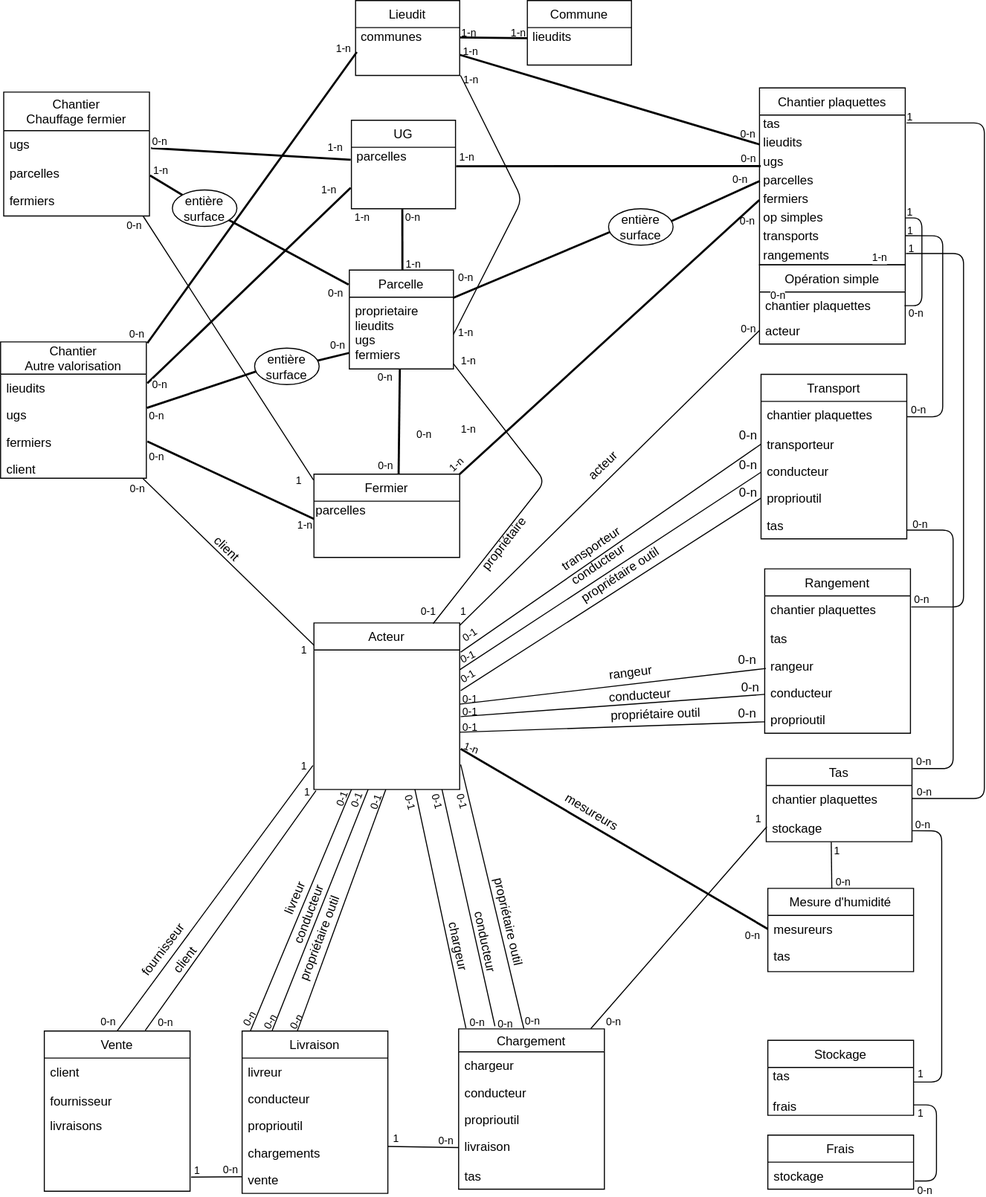
Before: doc/schema-bdd-bdl.svg, a diagram exported from draw.io (bdlarzac/chantiers). Source tidied: cells renumbered, new cells last; positions are measured from the earlier drawing's top-left corner, leaving out a move shared by most shapes.
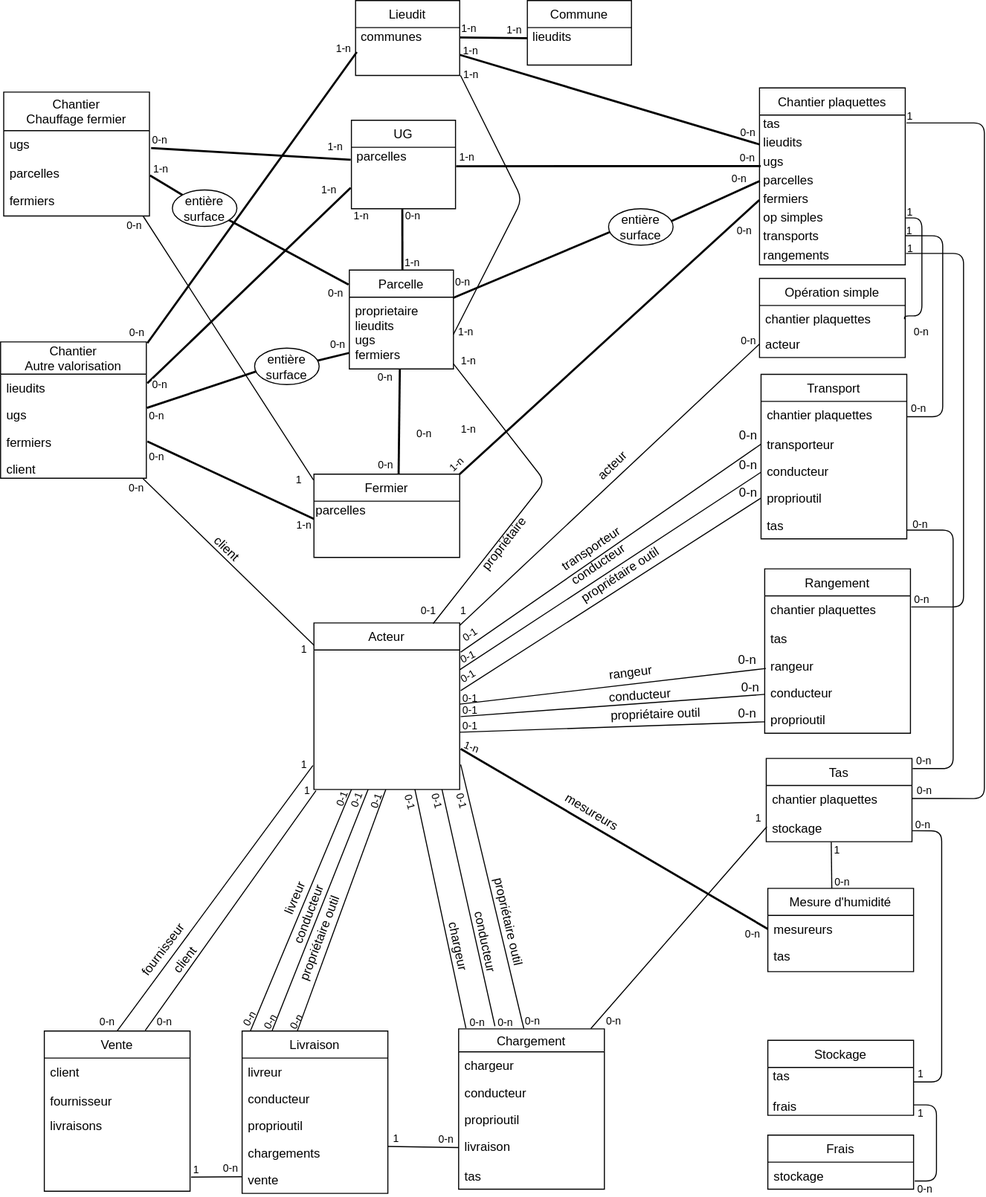
After the commit.

Diff of the diagram source:
```diff
@@ -175,13 +175,14 @@
       <mxGeometry relative="1" as="geometry">
         <Array as="points">
           <mxPoint x="885" y="209" />
-          <mxPoint x="885" y="293" />
+          <mxPoint x="885" y="303" />
+          <mxPoint x="868" y="303" />
         </Array>
       </mxGeometry>
     </mxCell>
     <mxCell id="40" value="0-n" style="html=1;align=right;verticalAlign=bottom;labelBackgroundColor=none;fontSize=10;" parent="39" vertex="1">
       <mxGeometry x="1" relative="1" as="geometry">
-        <mxPoint x="18.8" y="14.8" as="offset" />
+        <mxPoint x="24" y="21" as="offset" />
       </mxGeometry>
     </mxCell>
     <mxCell id="41" value="1" style="html=1;align=left;verticalAlign=bottom;labelBackgroundColor=none;fontSize=10;" parent="39" vertex="1">
@@ -318,13 +319,11 @@
       <mxGeometry relative="1" as="geometry" />
     </mxCell>
     <mxCell id="68" value="1-n" style="html=1;align=left;verticalAlign=bottom;labelBackgroundColor=none;fontSize=10;" parent="67" vertex="1">
-      <mxGeometry x="-1" relative="1" as="geometry">
-        <mxPoint x="-0.3" y="3.5" as="offset" />
-      </mxGeometry>
+      <mxGeometry x="-1" relative="1" as="geometry" />
     </mxCell>
     <mxCell id="69" value="1-n" style="html=1;align=right;verticalAlign=bottom;labelBackgroundColor=none;fontSize=10;" parent="67" vertex="1">
       <mxGeometry x="1" relative="1" as="geometry">
-        <mxPoint x="-0.5" y="2.9" as="offset" />
+        <mxPoint x="-4" as="offset" />
       </mxGeometry>
     </mxCell>
     <mxCell id="70" value="mesureurs" style="text;html=1;strokeColor=none;fillColor=none;align=center;verticalAlign=middle;whiteSpace=wrap;rounded=0;rotation=31;" parent="1" vertex="1">
@@ -355,7 +354,7 @@
       <mxGeometry x="451" y="512" width="66" height="20" as="geometry" />
     </mxCell>
     <mxCell id="79" value="acteur" style="text;html=1;strokeColor=none;fillColor=none;align=center;verticalAlign=middle;whiteSpace=wrap;rounded=0;rotation=316;" parent="1" vertex="1">
-      <mxGeometry x="559" y="437" width="40" height="20" as="geometry" />
+      <mxGeometry x="568" y="437" width="40" height="20" as="geometry" />
     </mxCell>
     <mxCell id="80" style="endArrow=none;html=1;strokeWidth=2;exitX=1.007;exitY=0.009;exitDx=0;exitDy=0;exitPerimeter=0;entryX=0.012;entryY=0.51;entryDx=0;entryDy=0;entryPerimeter=0;" parent="1" edge="1" source="134" target="144">
       <mxGeometry relative="1" as="geometry" />
@@ -533,7 +532,7 @@
     </mxCell>
     <mxCell id="120" value="0-n" style="html=1;align=right;verticalAlign=bottom;labelBackgroundColor=none;fontSize=10;" parent="118" vertex="1">
       <mxGeometry x="1" relative="1" as="geometry">
-        <mxPoint x="-4" y="29" as="offset" />
+        <mxPoint x="-6" y="38" as="offset" />
       </mxGeometry>
     </mxCell>
     <mxCell id="121" style="endArrow=none;html=1;strokeWidth=1;exitX=1.005;exitY=0.122;exitDx=0;exitDy=0;exitPerimeter=0;edgeStyle=orthogonalEdgeStyle;entryX=1.002;entryY=0.677;entryDx=0;entryDy=0;entryPerimeter=0;" parent="1" edge="1" source="173" target="172">
@@ -727,7 +726,7 @@
       <mxGeometry y="54" width="140" height="26" as="geometry" />
     </mxCell>
     <mxCell id="176" value="Opération simple" style="swimlane;fontStyle=0;horizontal=1;startSize=26;fillColor=none;" parent="1" vertex="1">
-      <mxGeometry x="729" y="254" width="140" height="76" as="geometry" />
+      <mxGeometry x="729" y="267" width="140" height="76" as="geometry" />
     </mxCell>
     <mxCell id="177" value="chantier plaquettes" style="text;strokeColor=none;fillColor=none;align=left;verticalAlign=top;spacingLeft=4;spacingRight=4;overflow=hidden;points=[[0,0.5],[1,0.5]];portConstraint=eastwest;" parent="176" vertex="1">
       <mxGeometry y="26" width="140" height="24" as="geometry" />
@@ -878,7 +877,7 @@
       </mxGeometry>
     </mxCell>
     <mxCell id="220" value="1-n" style="html=1;align=left;verticalAlign=bottom;labelBackgroundColor=none;fontSize=10;" parent="1" vertex="1">
-      <mxGeometry x="441" y="85" as="geometry">
+      <mxGeometry x="441" y="81" as="geometry">
         <mxPoint x="1.7" y="-1" as="offset" />
       </mxGeometry>
     </mxCell>
@@ -915,16 +914,6 @@
     <mxCell id="229" style="endArrow=none;html=1;strokeWidth=2;entryX=0.002;entryY=0.521;entryDx=0;entryDy=0;entryPerimeter=0;exitX=0.971;exitY=0.343;exitDx=0;exitDy=0;exitPerimeter=0;" parent="1" edge="1" source="232" target="183">
       <mxGeometry relative="1" as="geometry" />
     </mxCell>
-    <mxCell id="230" value="0-n" style="html=1;align=left;verticalAlign=bottom;labelBackgroundColor=#ffffff;fontSize=10;" parent="229" vertex="1">
-      <mxGeometry x="-1" relative="1" as="geometry">
-        <mxPoint x="94" y="79" as="offset" />
-      </mxGeometry>
-    </mxCell>
-    <mxCell id="231" value="1-n" style="html=1;align=right;verticalAlign=bottom;labelBackgroundColor=#ffffff;fontSize=10;" parent="229" vertex="1">
-      <mxGeometry x="1" relative="1" as="geometry">
-        <mxPoint x="123" y="82" as="offset" />
-      </mxGeometry>
-    </mxCell>
     <mxCell id="232" value="entière&lt;br&gt;surface" style="ellipse;whiteSpace=wrap;html=1;labelBackgroundColor=none;" parent="1" vertex="1">
       <mxGeometry x="584" y="200" width="62" height="35" as="geometry" />
     </mxCell>
@@ -933,7 +922,7 @@
     </mxCell>
     <mxCell id="234" value="0-n" style="html=1;align=left;verticalAlign=bottom;labelBackgroundColor=none;fontSize=10;" parent="233" vertex="1">
       <mxGeometry x="-1" relative="1" as="geometry">
-        <mxPoint x="3" y="-11" as="offset" />
+        <mxPoint y="-7" as="offset" />
       </mxGeometry>
     </mxCell>
     <mxCell id="235" value="0-n" style="html=1;align=right;verticalAlign=bottom;labelBackgroundColor=none;fontSize=10;" parent="1" vertex="1">
```
